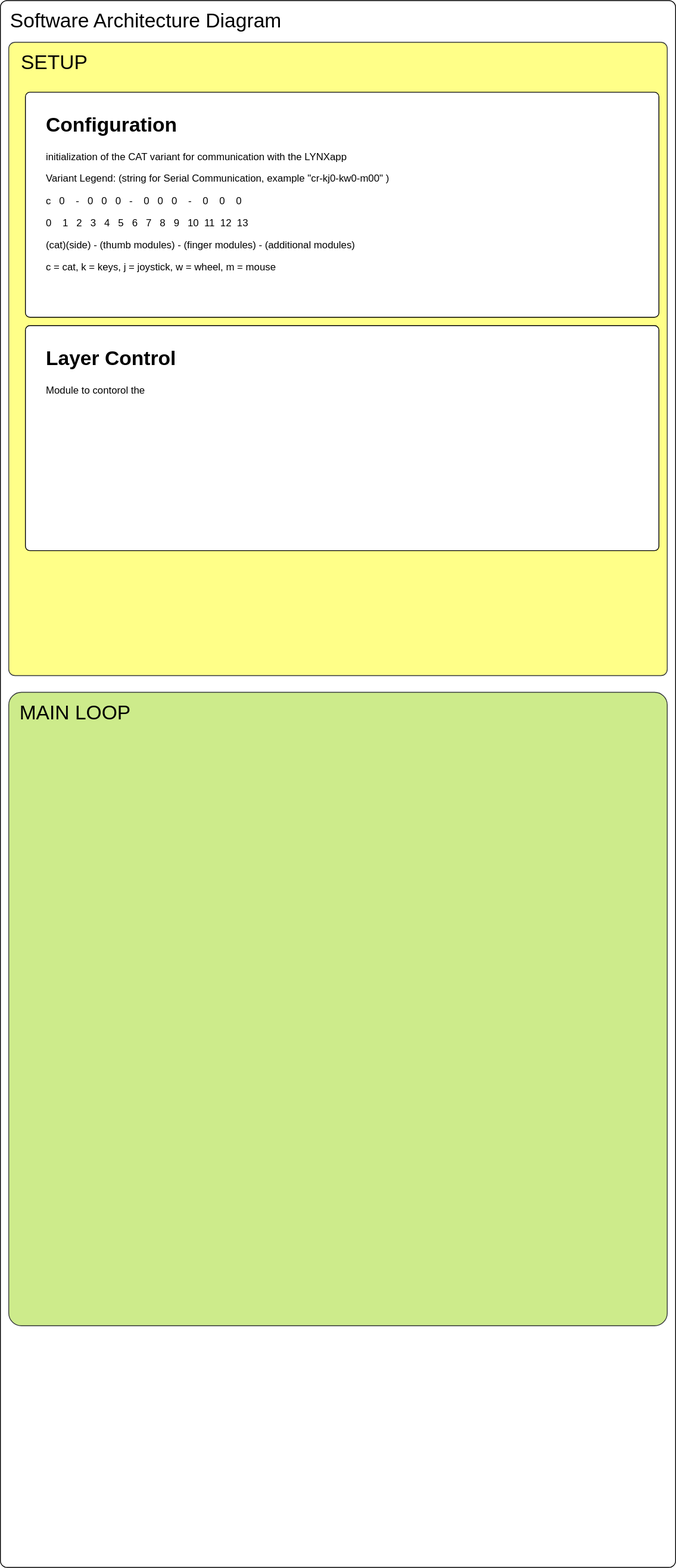
Before: images/SAD.svg, a diagram exported from draw.io (ApeDevil/dev-CAT). Source tidied: cells renumbered, new cells last; positions are measured from the earlier drawing's top-left corner, leaving out a move shared by most shapes.
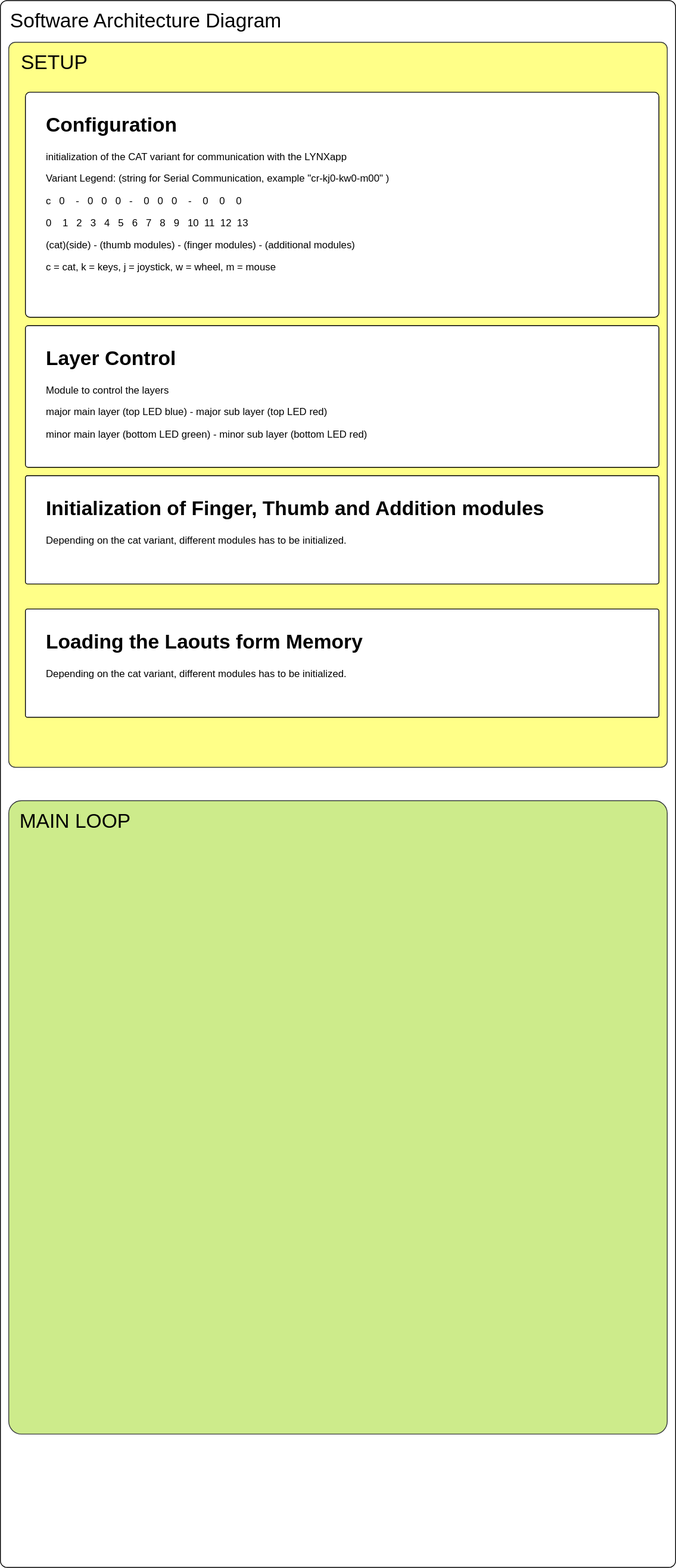
The same diagram one commit later.

Change to the diagram source:
```diff
@@ -9,16 +9,16 @@
       <mxGeometry x="10" y="10" width="570" height="30" as="geometry" />
     </mxCell>
     <mxCell id="4" style="rounded=1;whiteSpace=wrap;html=1;fillColor=#ffff88;strokeColor=#36393d;arcSize=1;" parent="1" vertex="1">
-      <mxGeometry x="10" y="50" width="790" height="760" as="geometry" />
+      <mxGeometry x="10" y="50" width="790" height="870" as="geometry" />
     </mxCell>
     <mxCell id="5" style="rounded=1;whiteSpace=wrap;html=1;fillColor=#cdeb8b;strokeColor=#36393d;arcSize=2;" parent="1" vertex="1">
-      <mxGeometry x="10" y="830" width="790" height="760" as="geometry" />
+      <mxGeometry x="10" y="960" width="790" height="760" as="geometry" />
     </mxCell>
     <mxCell id="6" value="SETUP" style="text;html=1;strokeColor=none;fillColor=none;align=center;verticalAlign=middle;whiteSpace=wrap;rounded=0;fontSize=24;fontColor=#000000;" parent="1" vertex="1">
       <mxGeometry x="20" y="60" width="90" height="30" as="geometry" />
     </mxCell>
     <mxCell id="7" value="MAIN LOOP" style="text;html=1;strokeColor=none;fillColor=none;align=center;verticalAlign=middle;whiteSpace=wrap;rounded=0;fontSize=24;fontColor=#000000;" parent="1" vertex="1">
-      <mxGeometry x="15" y="840" width="150" height="30" as="geometry" />
+      <mxGeometry x="15" y="970" width="150" height="30" as="geometry" />
     </mxCell>
     <mxCell id="8" style="rounded=1;whiteSpace=wrap;html=1;arcSize=2;" parent="1" vertex="1">
       <mxGeometry x="30" y="110" width="760" height="270" as="geometry" />
@@ -27,10 +27,22 @@
       <mxGeometry x="50" y="130" width="610" height="230" as="geometry" />
     </mxCell>
     <mxCell id="10" style="rounded=1;whiteSpace=wrap;html=1;arcSize=2;" parent="1" vertex="1">
-      <mxGeometry x="30" y="390" width="760" height="270" as="geometry" />
+      <mxGeometry x="30" y="390" width="760" height="170" as="geometry" />
     </mxCell>
-    <mxCell id="11" value="&lt;h1&gt;Layer Control&lt;/h1&gt;&lt;p&gt;Module to contorol the&amp;nbsp;&lt;/p&gt;&lt;div&gt;&lt;br&gt;&lt;/div&gt;" style="text;html=1;strokeColor=none;fillColor=none;spacing=5;spacingTop=-20;whiteSpace=wrap;overflow=hidden;rounded=0;" parent="1" vertex="1">
-      <mxGeometry x="50" y="410" width="610" height="230" as="geometry" />
+    <mxCell id="11" value="&lt;h1&gt;Layer Control&lt;/h1&gt;&lt;p&gt;Module to control the layers&lt;/p&gt;&lt;p&gt;major main layer (top LED blue) - major sub layer (top LED red)&lt;/p&gt;&lt;p&gt;minor main layer (bottom LED green) - minor sub layer (bottom LED red)&lt;/p&gt;&lt;div&gt;&lt;br&gt;&lt;/div&gt;" style="text;html=1;strokeColor=none;fillColor=none;spacing=5;spacingTop=-20;whiteSpace=wrap;overflow=hidden;rounded=0;" parent="1" vertex="1">
+      <mxGeometry x="50" y="410" width="610" height="130" as="geometry" />
     </mxCell>
+    <mxCell id="12" style="rounded=1;whiteSpace=wrap;html=1;arcSize=2;" parent="1" vertex="1">
+      <mxGeometry x="30" y="570" width="760" height="130" as="geometry" />
+    </mxCell>
+    <mxCell id="13" value="&lt;h1&gt;Initialization of Finger, Thumb and Addition modules&lt;/h1&gt;&lt;p&gt;Depending on the cat variant, different modules has to be initialized.&lt;/p&gt;&lt;div&gt;&lt;br&gt;&lt;/div&gt;" style="text;html=1;strokeColor=none;fillColor=none;spacing=5;spacingTop=-20;whiteSpace=wrap;overflow=hidden;rounded=0;" parent="1" vertex="1">
+      <mxGeometry x="50" y="590" width="610" height="90" as="geometry" />
+    </mxCell>
+    <mxCell id="14" style="rounded=1;whiteSpace=wrap;html=1;arcSize=2;" parent="1" vertex="1">
+      <mxGeometry x="30" y="730" width="760" height="130" as="geometry" />
+    </mxCell>
+    <mxCell id="15" value="&lt;h1&gt;Loading the Laouts form Memory&lt;/h1&gt;&lt;p&gt;Depending on the cat variant, different modules has to be initialized.&lt;/p&gt;&lt;div&gt;&lt;br&gt;&lt;/div&gt;" style="text;html=1;strokeColor=none;fillColor=none;spacing=5;spacingTop=-20;whiteSpace=wrap;overflow=hidden;rounded=0;" parent="1" vertex="1">
+      <mxGeometry x="50" y="750" width="610" height="90" as="geometry" />
+    </mxCell>
   </root>
 </mxGraphModel>
```
